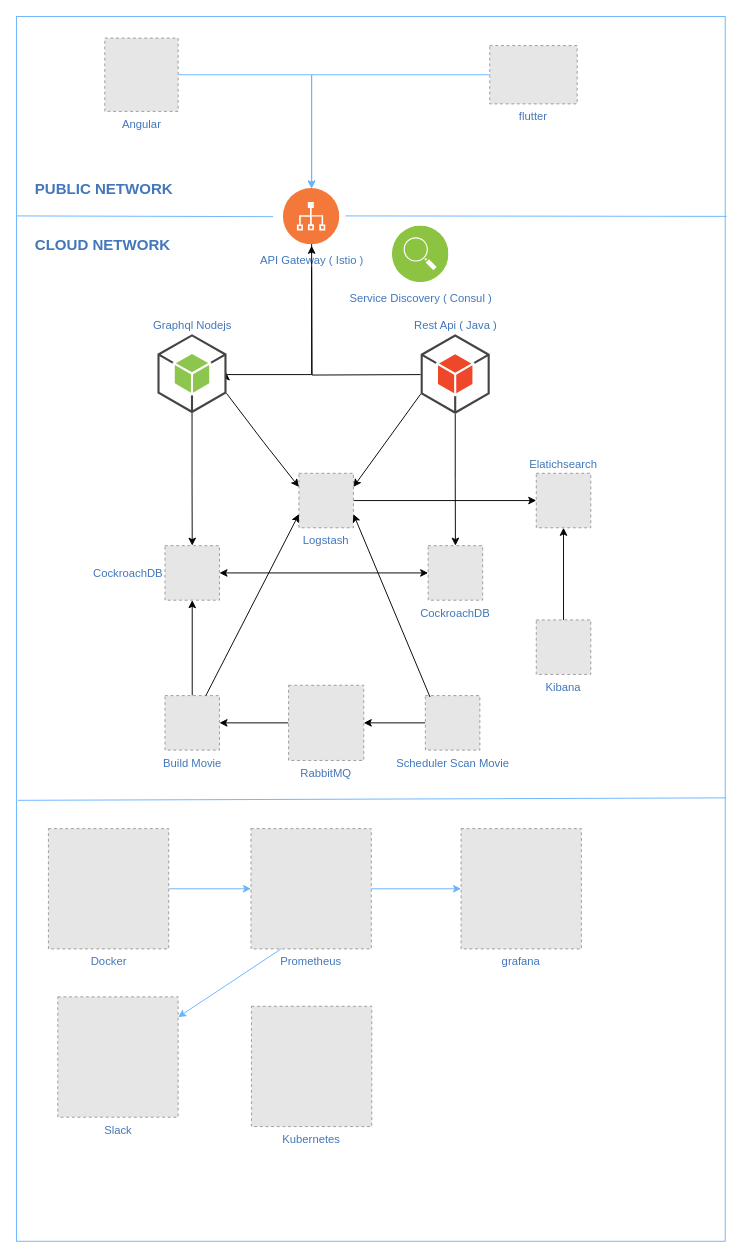
Before: page "Page-2" (2 of 2) of architecture.drawio in duongvanha/microservice, a draw.io diagram. Source tidied: cells renumbered, new cells numbered last; positions are measured from the earlier drawing's top-left corner, leaving out a move shared by most shapes. Both pictures are drawn from the tidied source at 94%, with x=0, y=0 at pixel (16, 16). Pictures stored in the file or linked from it are replaced by grey dashed boxes.
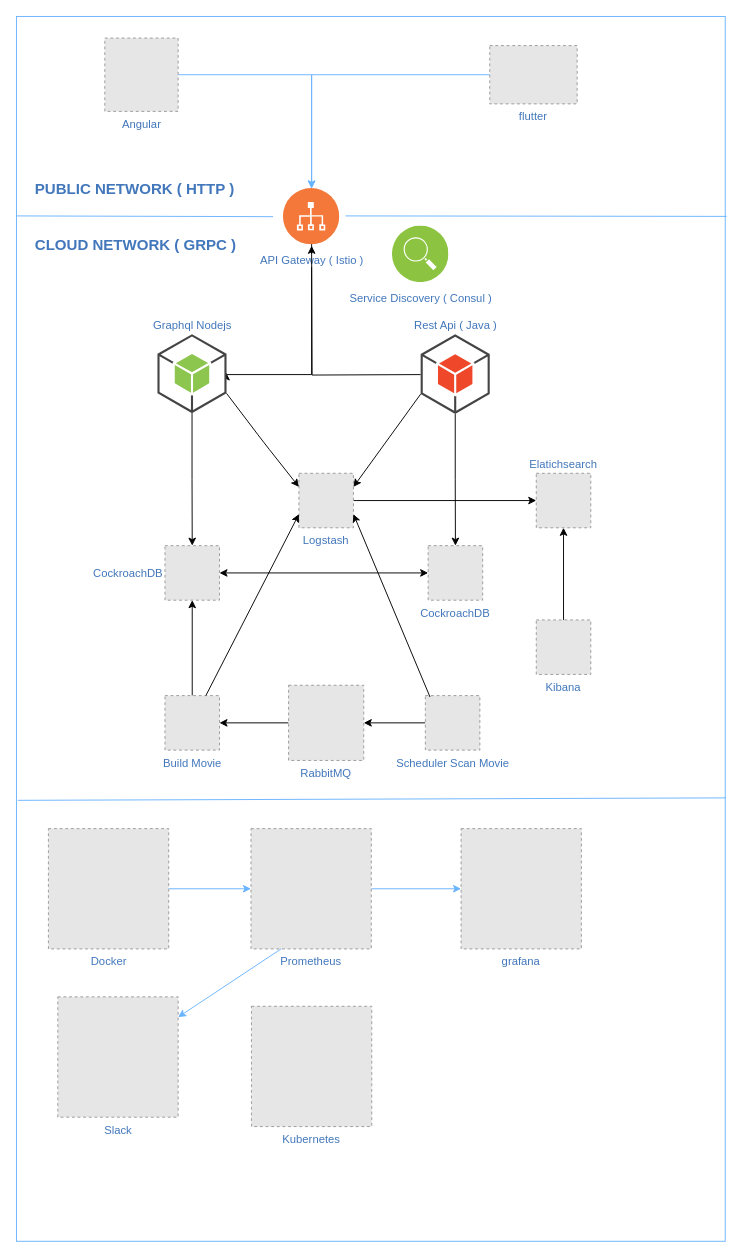
Above is the later version.

What changed in the source:
```diff
@@
-    <mxCell id="29" value="CLOUD NETWORK" style="text;html=1;align=left;verticalAlign=middle;fontColor=#4277BB;shadow=0;dashed=0;strokeColor=none;fillColor=none;labelBackgroundColor=none;fontStyle=1;fontSize=16;spacingLeft=5;" parent="1" vertex="1">
+    <mxCell id="29" value="CLOUD NETWORK ( GRPC )" style="text;html=1;align=left;verticalAlign=middle;fontColor=#4277BB;shadow=0;dashed=0;strokeColor=none;fillColor=none;labelBackgroundColor=none;fontStyle=1;fontSize=16;spacingLeft=5;" parent="1" vertex="1">
       <mxGeometry x="13" y="233" width="190" height="20" as="geometry" />
     </mxCell>
@@
-    <mxCell id="31" value="PUBLIC NETWORK" style="text;html=1;align=left;verticalAlign=middle;fontColor=#4277BB;shadow=0;dashed=0;strokeColor=none;fillColor=none;labelBackgroundColor=none;fontStyle=1;fontSize=16;spacingLeft=5;" parent="1" vertex="1">
+    <mxCell id="31" value="PUBLIC NETWORK ( HTTP )" style="text;html=1;align=left;verticalAlign=middle;fontColor=#4277BB;shadow=0;dashed=0;strokeColor=none;fillColor=none;labelBackgroundColor=none;fontStyle=1;fontSize=16;spacingLeft=5;" parent="1" vertex="1">
       <mxGeometry x="13" y="173" width="170" height="20" as="geometry" />
     </mxCell>
```
